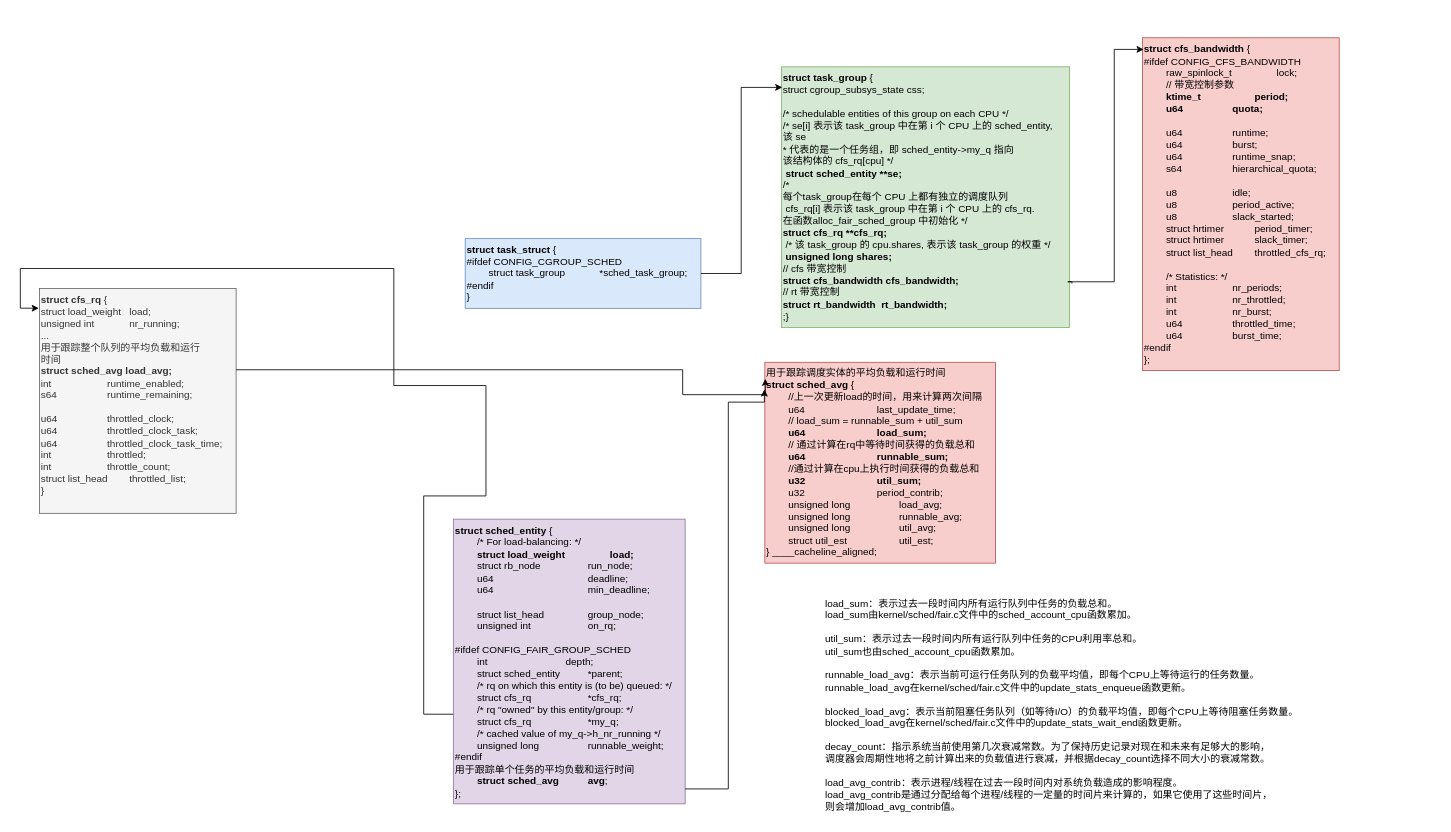
This is page "group" (5 of 5) of kernel.drawio from chentao-kernel/drawio, a draw.io file, before an edit. Source tidied: cells renumbered, new cells numbered last; positions are measured from the earlier drawing's top-left corner, leaving out a move shared by most shapes. Both pictures are drawn from the tidied source at 83%, with x=0, y=0 at pixel (20, 37).
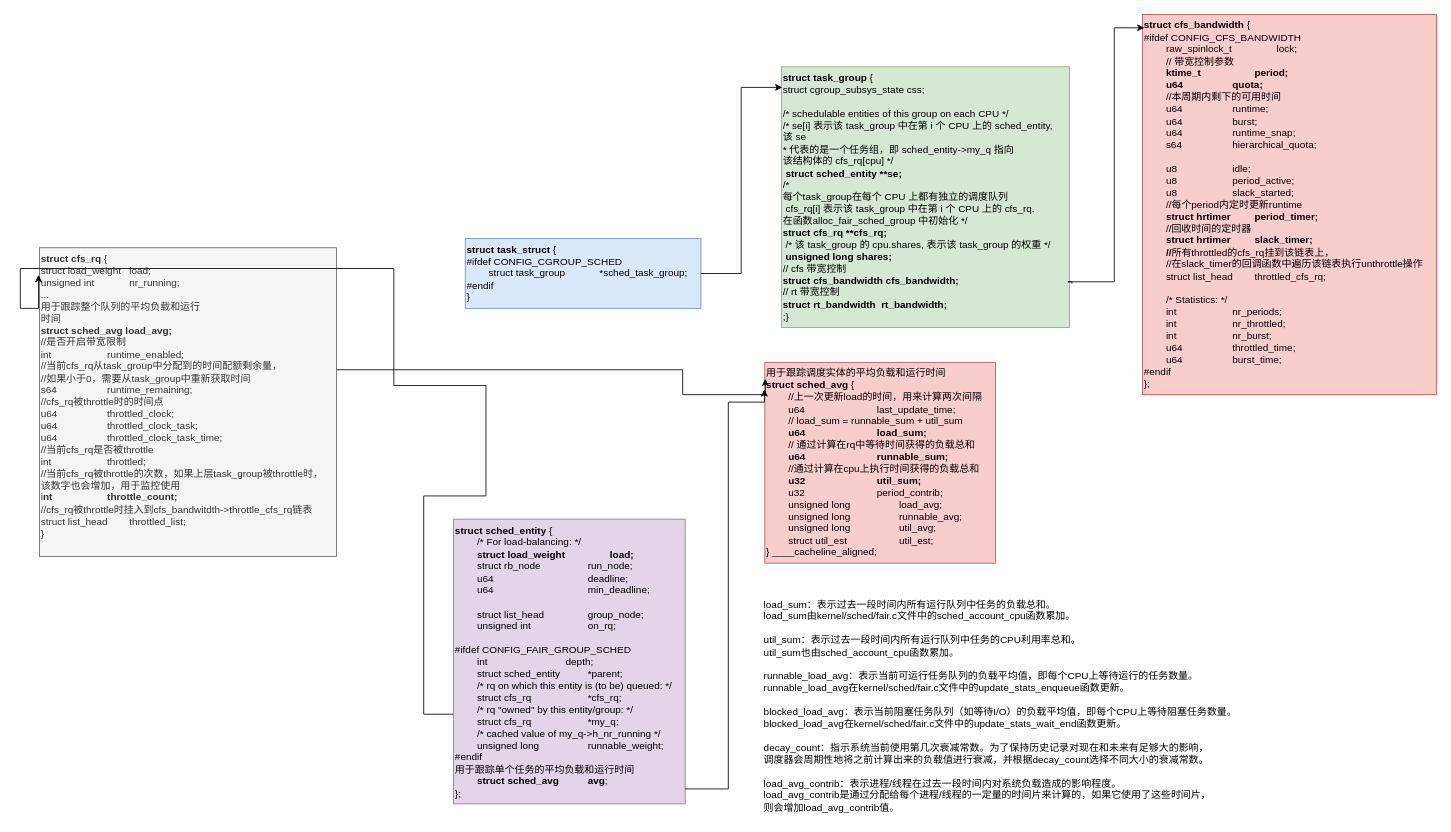
After the change.

Diff of the diagram source:
```diff
@@
-    <mxCell id="6" value="&lt;div&gt;&lt;b&gt;struct cfs_rq&lt;/b&gt; {&lt;/div&gt;&lt;div&gt;&lt;span style=&quot;white-space-collapse: collapse;&quot;&gt;struct load_weight&lt;span style=&quot;white-space-collapse: preserve;&quot;&gt;&#9;&lt;/span&gt;load;&lt;/span&gt;&lt;/div&gt;&lt;div&gt;&lt;span style=&quot;white-space-collapse: collapse;&quot;&gt;unsigned int&lt;span style=&quot;white-space-collapse: preserve;&quot;&gt;&#9;&#9;&lt;/span&gt;nr_running;&lt;/span&gt;&lt;/div&gt;&lt;div&gt;&lt;span style=&quot;white-space-collapse: collapse;&quot;&gt;...&lt;/span&gt;&lt;/div&gt;&lt;div&gt;&lt;span style=&quot;white-space-collapse: collapse;&quot;&gt;用于跟踪整个队列的平均负载和运行&lt;/span&gt;&lt;/div&gt;&lt;div&gt;&lt;span style=&quot;white-space-collapse: collapse;&quot;&gt;时间&lt;/span&gt;&lt;/div&gt;&lt;div&gt;&lt;span style=&quot;white-space-collapse: collapse;&quot;&gt;&lt;b&gt;struct sched_avg load_avg;&lt;/b&gt;&lt;/span&gt;&lt;/div&gt;&lt;div&gt;&lt;div style=&quot;&quot;&gt;&lt;span style=&quot;white-space-collapse: collapse;&quot;&gt;int&lt;span style=&quot;white-space-collapse: preserve;&quot;&gt;&#9;&#9;&#9;&lt;/span&gt;runtime_enabled;&lt;/span&gt;&lt;/div&gt;&lt;div style=&quot;&quot;&gt;&lt;span style=&quot;white-space-collapse: collapse;&quot;&gt;s64&lt;span style=&quot;white-space-collapse: preserve;&quot;&gt;&#9;&#9;&#9;&lt;/span&gt;runtime_remaining;&lt;/span&gt;&lt;/div&gt;&lt;div style=&quot;&quot;&gt;&lt;br&gt;&lt;/div&gt;&lt;div style=&quot;&quot;&gt;&lt;span style=&quot;white-space-collapse: collapse;&quot;&gt;u64&lt;span style=&quot;white-space-collapse: preserve;&quot;&gt;&#9;&#9;&#9;&lt;/span&gt;throttled_clock;&lt;/span&gt;&lt;/div&gt;&lt;div style=&quot;&quot;&gt;&lt;span style=&quot;white-space-collapse: collapse;&quot;&gt;u64&lt;span style=&quot;white-space-collapse: preserve;&quot;&gt;&#9;&#9;&#9;&lt;/span&gt;throttled_clock_task;&lt;/span&gt;&lt;/div&gt;&lt;div style=&quot;&quot;&gt;&lt;span style=&quot;white-space-collapse: collapse;&quot;&gt;u64&lt;span style=&quot;white-space-collapse: preserve;&quot;&gt;&#9;&#9;&#9;&lt;/span&gt;throttled_clock_task_time;&lt;/span&gt;&lt;/div&gt;&lt;div style=&quot;&quot;&gt;&lt;span style=&quot;white-space-collapse: collapse;&quot;&gt;int&lt;span style=&quot;white-space-collapse: preserve;&quot;&gt;&#9;&#9;&#9;&lt;/span&gt;throttled;&lt;/span&gt;&lt;/div&gt;&lt;div style=&quot;&quot;&gt;&lt;span style=&quot;white-space-collapse: collapse;&quot;&gt;int&lt;span style=&quot;white-space-collapse: preserve;&quot;&gt;&#9;&#9;&#9;&lt;/span&gt;throttle_count;&lt;/span&gt;&lt;/div&gt;&lt;div style=&quot;&quot;&gt;&lt;span style=&quot;white-space-collapse: collapse;&quot;&gt;struct list_head&lt;span style=&quot;white-space-collapse: preserve;&quot;&gt;&#9;&lt;/span&gt;throttled_list;&lt;/span&gt;&lt;/div&gt;&lt;/div&gt;&lt;div&gt;&lt;span style=&quot;white-space-collapse: collapse;&quot;&gt;}&lt;/span&gt;&lt;/div&gt;&lt;div&gt;&lt;span style=&quot;background-color: initial;&quot;&gt;&amp;nbsp;&lt;/span&gt;&lt;/div&gt;" style="text;html=1;align=left;verticalAlign=middle;points=[];strokeColor=#666666;fillColor=#f5f5f5;fontColor=#333333;" parent="1" vertex="1">
-      <mxGeometry x="23" y="302" width="237" height="271" as="geometry" />
+    <mxCell id="6" value="&lt;div&gt;&lt;b&gt;struct cfs_rq&lt;/b&gt; {&lt;/div&gt;&lt;div&gt;&lt;span style=&quot;white-space-collapse: collapse;&quot;&gt;struct load_weight&lt;span style=&quot;white-space-collapse: preserve;&quot;&gt;&#9;&lt;/span&gt;load;&lt;/span&gt;&lt;/div&gt;&lt;div&gt;&lt;span style=&quot;white-space-collapse: collapse;&quot;&gt;unsigned int&lt;span style=&quot;white-space-collapse: preserve;&quot;&gt;&#9;&#9;&lt;/span&gt;nr_running;&lt;/span&gt;&lt;/div&gt;&lt;div&gt;&lt;span style=&quot;white-space-collapse: collapse;&quot;&gt;...&lt;/span&gt;&lt;/div&gt;&lt;div&gt;&lt;span style=&quot;white-space-collapse: collapse;&quot;&gt;用于跟踪整个队列的平均负载和运行&lt;/span&gt;&lt;/div&gt;&lt;div&gt;&lt;span style=&quot;white-space-collapse: collapse;&quot;&gt;时间&lt;/span&gt;&lt;/div&gt;&lt;div&gt;&lt;span style=&quot;white-space-collapse: collapse;&quot;&gt;&lt;b&gt;struct sched_avg load_avg;&lt;/b&gt;&lt;/span&gt;&lt;/div&gt;&lt;div&gt;&lt;span style=&quot;white-space-collapse: collapse;&quot;&gt;//是否开启带宽限制&lt;/span&gt;&lt;/div&gt;&lt;div&gt;&lt;div style=&quot;&quot;&gt;&lt;span style=&quot;white-space-collapse: collapse;&quot;&gt;int&lt;span style=&quot;white-space-collapse: preserve;&quot;&gt;&#9;&#9;&#9;&lt;/span&gt;runtime_enabled;&lt;/span&gt;&lt;/div&gt;&lt;div style=&quot;&quot;&gt;&lt;span style=&quot;white-space-collapse: collapse;&quot;&gt;//当前cfs_rq从task_group中分配到的时间配额剩余量，&lt;/span&gt;&lt;/div&gt;&lt;div style=&quot;&quot;&gt;&lt;span style=&quot;white-space-collapse: collapse;&quot;&gt;//如果小于0，需要从task_group中重新获取时间&lt;/span&gt;&lt;/div&gt;&lt;div style=&quot;&quot;&gt;&lt;span style=&quot;white-space-collapse: collapse;&quot;&gt;s64&lt;span style=&quot;white-space-collapse: preserve;&quot;&gt;&#9;&#9;&#9;&lt;/span&gt;runtime_remaining;&lt;/span&gt;&lt;/div&gt;&lt;div style=&quot;&quot;&gt;//&lt;span style=&quot;background-color: initial;&quot;&gt;cfs_rq被throttle时的时间点&lt;/span&gt;&lt;/div&gt;&lt;div style=&quot;&quot;&gt;&lt;span style=&quot;white-space-collapse: collapse;&quot;&gt;u64&lt;span style=&quot;white-space-collapse: preserve;&quot;&gt;&#9;&#9;&#9;&lt;/span&gt;throttled_clock;&lt;/span&gt;&lt;/div&gt;&lt;div style=&quot;&quot;&gt;&lt;span style=&quot;white-space-collapse: collapse;&quot;&gt;u64&lt;span style=&quot;white-space-collapse: preserve;&quot;&gt;&#9;&#9;&#9;&lt;/span&gt;throttled_clock_task;&lt;/span&gt;&lt;/div&gt;&lt;div style=&quot;&quot;&gt;&lt;span style=&quot;white-space-collapse: collapse;&quot;&gt;u64&lt;span style=&quot;white-space-collapse: preserve;&quot;&gt;&#9;&#9;&#9;&lt;/span&gt;throttled_clock_task_time;&lt;/span&gt;&lt;/div&gt;&lt;div style=&quot;&quot;&gt;&lt;span style=&quot;white-space-collapse: collapse;&quot;&gt;//当前cfs_rq是否被throttle&lt;/span&gt;&lt;/div&gt;&lt;div style=&quot;&quot;&gt;&lt;span style=&quot;white-space-collapse: collapse;&quot;&gt;int&lt;span style=&quot;white-space-collapse: preserve;&quot;&gt;&#9;&#9;&#9;&lt;/span&gt;throttled;&lt;/span&gt;&lt;/div&gt;&lt;div style=&quot;&quot;&gt;&lt;span style=&quot;white-space-collapse: collapse;&quot;&gt;//当前cfs_rq被throttle的次数，&lt;/span&gt;&lt;span style=&quot;background-color: initial;&quot;&gt;如果上层task_group被throttle时，&lt;/span&gt;&lt;/div&gt;&lt;div style=&quot;&quot;&gt;&lt;span style=&quot;background-color: initial;&quot;&gt;该数字也会增加，用于监控使用&lt;/span&gt;&lt;/div&gt;&lt;div style=&quot;&quot;&gt;&lt;span style=&quot;white-space-collapse: collapse;&quot;&gt;i&lt;b&gt;nt&lt;span style=&quot;white-space-collapse: preserve;&quot;&gt;&#9;&#9;&#9;&lt;/span&gt;throttle_count;&lt;/b&gt;&lt;/span&gt;&lt;/div&gt;&lt;div style=&quot;&quot;&gt;&lt;span style=&quot;white-space-collapse: collapse;&quot;&gt;//cfs_rq被throttle时挂入到cfs_bandwitdth-&amp;gt;throttle_cfs_rq链表&lt;/span&gt;&lt;/div&gt;&lt;div style=&quot;&quot;&gt;&lt;span style=&quot;white-space-collapse: collapse;&quot;&gt;struct list_head&lt;span style=&quot;white-space-collapse: preserve;&quot;&gt;&#9;&lt;/span&gt;throttled_list;&lt;/span&gt;&lt;/div&gt;&lt;/div&gt;&lt;div&gt;&lt;span style=&quot;white-space-collapse: collapse;&quot;&gt;}&lt;/span&gt;&lt;/div&gt;&lt;div&gt;&lt;span style=&quot;background-color: initial;&quot;&gt;&amp;nbsp;&lt;/span&gt;&lt;/div&gt;" style="text;html=1;align=left;verticalAlign=middle;points=[];strokeColor=#666666;fillColor=#f5f5f5;fontColor=#333333;" parent="1" vertex="1">
+      <mxGeometry x="23" y="253" width="358" height="372" as="geometry" />
     </mxCell>
@@
-    <mxCell id="11" value="&lt;div&gt;&lt;b&gt;struct cfs_bandwidth&lt;/b&gt; {&lt;/div&gt;&lt;div&gt;#ifdef CONFIG_CFS_BANDWIDTH&lt;/div&gt;&lt;div&gt;&lt;span style=&quot;white-space-collapse: collapse;&quot;&gt;&lt;span style=&quot;white-space-collapse: preserve;&quot;&gt;&#9;&lt;/span&gt;raw_spinlock_t&lt;span style=&quot;white-space-collapse: preserve;&quot;&gt;&#9;&#9;&lt;/span&gt;lock;&lt;/span&gt;&lt;/div&gt;&lt;div&gt;&lt;span style=&quot;white-space-collapse: collapse;&quot;&gt;&lt;span style=&quot;white-space: pre;&quot;&gt;&#9;&lt;/span&gt;// 带宽控制参数&lt;br&gt;&lt;/span&gt;&lt;/div&gt;&lt;div&gt;&lt;span style=&quot;white-space-collapse: collapse;&quot;&gt;&lt;b&gt;&lt;span style=&quot;white-space-collapse: preserve;&quot;&gt;&#9;&lt;/span&gt;ktime_t&lt;span style=&quot;white-space-collapse: preserve;&quot;&gt;&#9;&#9;&#9;&lt;/span&gt;period;&lt;/b&gt;&lt;/span&gt;&lt;/div&gt;&lt;div&gt;&lt;span style=&quot;white-space-collapse: collapse;&quot;&gt;&lt;b&gt;&lt;span style=&quot;white-space-collapse: preserve;&quot;&gt;&#9;&lt;/span&gt;u64&lt;span style=&quot;white-space-collapse: preserve;&quot;&gt;&#9;&#9;&#9;&lt;/span&gt;quota;&lt;/b&gt;&lt;/span&gt;&lt;/div&gt;&lt;div&gt;&lt;span style=&quot;white-space-collapse: collapse;&quot;&gt;&lt;br&gt;&lt;/span&gt;&lt;/div&gt;&lt;div&gt;&lt;span style=&quot;white-space-collapse: collapse;&quot;&gt;&lt;span style=&quot;white-space-collapse: preserve;&quot;&gt;&#9;&lt;/span&gt;u64&lt;span style=&quot;white-space-collapse: preserve;&quot;&gt;&#9;&#9;&#9;&lt;/span&gt;runtime;&lt;/span&gt;&lt;/div&gt;&lt;div&gt;&lt;span style=&quot;white-space-collapse: collapse;&quot;&gt;&lt;span style=&quot;white-space-collapse: preserve;&quot;&gt;&#9;&lt;/span&gt;u64&lt;span style=&quot;white-space-collapse: preserve;&quot;&gt;&#9;&#9;&#9;&lt;/span&gt;burst;&lt;/span&gt;&lt;/div&gt;&lt;div&gt;&lt;span style=&quot;white-space-collapse: collapse;&quot;&gt;&lt;span style=&quot;white-space-collapse: preserve;&quot;&gt;&#9;&lt;/span&gt;u64&lt;span style=&quot;white-space-collapse: preserve;&quot;&gt;&#9;&#9;&#9;&lt;/span&gt;runtime_snap;&lt;/span&gt;&lt;/div&gt;&lt;div&gt;&lt;span style=&quot;white-space-collapse: collapse;&quot;&gt;&lt;span style=&quot;white-space-collapse: preserve;&quot;&gt;&#9;&lt;/span&gt;s64&lt;span style=&quot;white-space-collapse: preserve;&quot;&gt;&#9;&#9;&#9;&lt;/span&gt;hierarchical_quota;&lt;/span&gt;&lt;/div&gt;&lt;div&gt;&lt;br&gt;&lt;/div&gt;&lt;div&gt;&lt;span style=&quot;white-space-collapse: collapse;&quot;&gt;&lt;span style=&quot;white-space-collapse: preserve;&quot;&gt;&#9;&lt;/span&gt;u8&lt;span style=&quot;white-space-collapse: preserve;&quot;&gt;&#9;&#9;&#9;&lt;/span&gt;idle;&lt;/span&gt;&lt;/div&gt;&lt;div&gt;&lt;span style=&quot;white-space-collapse: collapse;&quot;&gt;&lt;span style=&quot;white-space-collapse: preserve;&quot;&gt;&#9;&lt;/span&gt;u8&lt;span style=&quot;white-space-collapse: preserve;&quot;&gt;&#9;&#9;&#9;&lt;/span&gt;period_active;&lt;/span&gt;&lt;/div&gt;&lt;div&gt;&lt;span style=&quot;white-space-collapse: collapse;&quot;&gt;&lt;span style=&quot;white-space-collapse: preserve;&quot;&gt;&#9;&lt;/span&gt;u8&lt;span style=&quot;white-space-collapse: preserve;&quot;&gt;&#9;&#9;&#9;&lt;/span&gt;slack_started;&lt;/span&gt;&lt;/div&gt;&lt;div&gt;&lt;span style=&quot;white-space-collapse: collapse;&quot;&gt;&lt;span style=&quot;white-space-collapse: preserve;&quot;&gt;&#9;&lt;/span&gt;struct hrtimer&lt;span style=&quot;white-space-collapse: preserve;&quot;&gt;&#9;&#9;&lt;/span&gt;period_timer;&lt;/span&gt;&lt;/div&gt;&lt;div&gt;&lt;span style=&quot;white-space-collapse: collapse;&quot;&gt;&lt;span style=&quot;white-space-collapse: preserve;&quot;&gt;&#9;&lt;/span&gt;struct hrtimer&lt;span style=&quot;white-space-collapse: preserve;&quot;&gt;&#9;&#9;&lt;/span&gt;slack_timer;&lt;/span&gt;&lt;/div&gt;&lt;div&gt;&lt;span style=&quot;white-space-collapse: collapse;&quot;&gt;&lt;span style=&quot;white-space-collapse: preserve;&quot;&gt;&#9;&lt;/span&gt;struct list_head&lt;span style=&quot;white-space-collapse: preserve;&quot;&gt;&#9;&lt;/span&gt;throttled_cfs_rq;&lt;/span&gt;&lt;/div&gt;&lt;div&gt;&lt;br&gt;&lt;/div&gt;&lt;div&gt;&lt;span style=&quot;white-space-collapse: collapse;&quot;&gt;&lt;span style=&quot;white-space-collapse: preserve;&quot;&gt;&#9;&lt;/span&gt;/* Statistics: */&lt;/span&gt;&lt;/div&gt;&lt;div&gt;&lt;span style=&quot;white-space-collapse: collapse;&quot;&gt;&lt;span style=&quot;white-space-collapse: preserve;&quot;&gt;&#9;&lt;/span&gt;int&lt;span style=&quot;white-space-collapse: preserve;&quot;&gt;&#9;&#9;&#9;&lt;/span&gt;nr_periods;&lt;/span&gt;&lt;/div&gt;&lt;div&gt;&lt;span style=&quot;white-space-collapse: collapse;&quot;&gt;&lt;span style=&quot;white-space-collapse: preserve;&quot;&gt;&#9;&lt;/span&gt;int&lt;span style=&quot;white-space-collapse: preserve;&quot;&gt;&#9;&#9;&#9;&lt;/span&gt;nr_throttled;&lt;/span&gt;&lt;/div&gt;&lt;div&gt;&lt;span style=&quot;white-space-collapse: collapse;&quot;&gt;&lt;span style=&quot;white-space-collapse: preserve;&quot;&gt;&#9;&lt;/span&gt;int&lt;span style=&quot;white-space-collapse: preserve;&quot;&gt;&#9;&#9;&#9;&lt;/span&gt;nr_burst;&lt;/span&gt;&lt;/div&gt;&lt;div&gt;&lt;span style=&quot;white-space-collapse: collapse;&quot;&gt;&lt;span style=&quot;white-space-collapse: preserve;&quot;&gt;&#9;&lt;/span&gt;u64&lt;span style=&quot;white-space-collapse: preserve;&quot;&gt;&#9;&#9;&#9;&lt;/span&gt;throttled_time;&lt;/span&gt;&lt;/div&gt;&lt;div&gt;&lt;span style=&quot;white-space-collapse: collapse;&quot;&gt;&lt;span style=&quot;white-space-collapse: preserve;&quot;&gt;&#9;&lt;/span&gt;u64&lt;span style=&quot;white-space-collapse: preserve;&quot;&gt;&#9;&#9;&#9;&lt;/span&gt;burst_time;&lt;/span&gt;&lt;/div&gt;&lt;div&gt;#endif&lt;/div&gt;&lt;div&gt;};&lt;/div&gt;" style="text;html=1;align=left;verticalAlign=middle;points=[];strokeColor=#b85450;fillColor=#f8cecc;" parent="1" vertex="1">
-      <mxGeometry x="1352" width="237" height="401" as="geometry" />
+    <mxCell id="11" value="&lt;div&gt;&lt;b&gt;struct cfs_bandwidth&lt;/b&gt; {&lt;/div&gt;&lt;div&gt;#ifdef CONFIG_CFS_BANDWIDTH&lt;/div&gt;&lt;div&gt;&lt;span style=&quot;white-space-collapse: collapse;&quot;&gt;&lt;span style=&quot;white-space-collapse: preserve;&quot;&gt;&#9;&lt;/span&gt;raw_spinlock_t&lt;span style=&quot;white-space-collapse: preserve;&quot;&gt;&#9;&#9;&lt;/span&gt;lock;&lt;/span&gt;&lt;/div&gt;&lt;div&gt;&lt;span style=&quot;white-space-collapse: collapse;&quot;&gt;&lt;span style=&quot;white-space: pre;&quot;&gt;&#9;&lt;/span&gt;// 带宽控制参数&lt;br&gt;&lt;/span&gt;&lt;/div&gt;&lt;div&gt;&lt;span style=&quot;white-space-collapse: collapse;&quot;&gt;&lt;b&gt;&lt;span style=&quot;white-space-collapse: preserve;&quot;&gt;&#9;&lt;/span&gt;ktime_t&lt;span style=&quot;white-space-collapse: preserve;&quot;&gt;&#9;&#9;&#9;&lt;/span&gt;period;&lt;/b&gt;&lt;/span&gt;&lt;/div&gt;&lt;div&gt;&lt;span style=&quot;white-space-collapse: collapse;&quot;&gt;&lt;b&gt;&lt;span style=&quot;white-space-collapse: preserve;&quot;&gt;&#9;&lt;/span&gt;u64&lt;span style=&quot;white-space-collapse: preserve;&quot;&gt;&#9;&#9;&#9;&lt;/span&gt;quota;&lt;/b&gt;&lt;/span&gt;&lt;/div&gt;&lt;div&gt;&lt;span style=&quot;white-space-collapse: collapse;&quot;&gt;&lt;span style=&quot;white-space: pre;&quot;&gt;&#9;&lt;/span&gt;//本周期内剩下的可用时间&lt;br&gt;&lt;/span&gt;&lt;/div&gt;&lt;div&gt;&lt;span style=&quot;white-space-collapse: collapse;&quot;&gt;&lt;span style=&quot;white-space-collapse: preserve;&quot;&gt;&#9;&lt;/span&gt;u64&lt;span style=&quot;white-space-collapse: preserve;&quot;&gt;&#9;&#9;&#9;&lt;/span&gt;runtime;&lt;/span&gt;&lt;/div&gt;&lt;div&gt;&lt;span style=&quot;white-space-collapse: collapse;&quot;&gt;&lt;span style=&quot;white-space-collapse: preserve;&quot;&gt;&#9;&lt;/span&gt;u64&lt;span style=&quot;white-space-collapse: preserve;&quot;&gt;&#9;&#9;&#9;&lt;/span&gt;burst;&lt;/span&gt;&lt;/div&gt;&lt;div&gt;&lt;span style=&quot;white-space-collapse: collapse;&quot;&gt;&lt;span style=&quot;white-space-collapse: preserve;&quot;&gt;&#9;&lt;/span&gt;u64&lt;span style=&quot;white-space-collapse: preserve;&quot;&gt;&#9;&#9;&#9;&lt;/span&gt;runtime_snap;&lt;/span&gt;&lt;/div&gt;&lt;div&gt;&lt;span style=&quot;white-space-collapse: collapse;&quot;&gt;&lt;span style=&quot;white-space-collapse: preserve;&quot;&gt;&#9;&lt;/span&gt;s64&lt;span style=&quot;white-space-collapse: preserve;&quot;&gt;&#9;&#9;&#9;&lt;/span&gt;hierarchical_quota;&lt;/span&gt;&lt;/div&gt;&lt;div&gt;&lt;br&gt;&lt;/div&gt;&lt;div&gt;&lt;span style=&quot;white-space-collapse: collapse;&quot;&gt;&lt;span style=&quot;white-space-collapse: preserve;&quot;&gt;&#9;&lt;/span&gt;u8&lt;span style=&quot;white-space-collapse: preserve;&quot;&gt;&#9;&#9;&#9;&lt;/span&gt;idle;&lt;/span&gt;&lt;/div&gt;&lt;div&gt;&lt;span style=&quot;white-space-collapse: collapse;&quot;&gt;&lt;span style=&quot;white-space-collapse: preserve;&quot;&gt;&#9;&lt;/span&gt;u8&lt;span style=&quot;white-space-collapse: preserve;&quot;&gt;&#9;&#9;&#9;&lt;/span&gt;period_active;&lt;/span&gt;&lt;/div&gt;&lt;div&gt;&lt;span style=&quot;white-space-collapse: collapse;&quot;&gt;&lt;span style=&quot;white-space-collapse: preserve;&quot;&gt;&#9;&lt;/span&gt;u8&lt;span style=&quot;white-space-collapse: preserve;&quot;&gt;&#9;&#9;&#9;&lt;/span&gt;slack_started;&lt;/span&gt;&lt;/div&gt;&lt;div&gt;&lt;span style=&quot;white-space-collapse: collapse;&quot;&gt;&lt;span style=&quot;white-space: pre;&quot;&gt;&#9;&lt;/span&gt;//&lt;/span&gt;&lt;span style=&quot;background-color: initial;&quot;&gt;每个period内定时更新runtime&lt;/span&gt;&lt;span style=&quot;white-space-collapse: collapse;&quot;&gt;&lt;br&gt;&lt;/span&gt;&lt;/div&gt;&lt;div&gt;&lt;span style=&quot;white-space-collapse: collapse;&quot;&gt;&lt;b&gt;&lt;span style=&quot;white-space-collapse: preserve;&quot;&gt;&#9;&lt;/span&gt;struct hrtimer&lt;span style=&quot;white-space-collapse: preserve;&quot;&gt;&#9;&#9;&lt;/span&gt;period_timer;&lt;/b&gt;&lt;/span&gt;&lt;/div&gt;&lt;div&gt;&lt;span style=&quot;white-space-collapse: collapse;&quot;&gt;&lt;span style=&quot;font-weight: bold; white-space: pre;&quot;&gt;&#9;&lt;/span&gt;//回收时间的定时器&lt;br&gt;&lt;/span&gt;&lt;/div&gt;&lt;div&gt;&lt;span style=&quot;white-space-collapse: collapse;&quot;&gt;&lt;b&gt;&lt;span style=&quot;white-space-collapse: preserve;&quot;&gt;&#9;&lt;/span&gt;struct hrtimer&lt;span style=&quot;white-space-collapse: preserve;&quot;&gt;&#9;&#9;&lt;/span&gt;slack_timer;&lt;/b&gt;&lt;/span&gt;&lt;/div&gt;&lt;div&gt;&lt;span style=&quot;white-space-collapse: collapse;&quot;&gt;&lt;b&gt;&lt;span style=&quot;white-space: pre;&quot;&gt;&#9;&lt;/span&gt;//&lt;/b&gt;&lt;/span&gt;&lt;span style=&quot;background-color: initial;&quot;&gt;所有throttled的cfs_rq挂到该链表上，&lt;/span&gt;&lt;/div&gt;&lt;div&gt;&lt;span style=&quot;background-color: initial;&quot;&gt;&lt;span style=&quot;white-space: pre;&quot;&gt;&#9;&lt;/span&gt;//在slack_timer的回调函数中遍历该链表执行unthrottle操作&lt;/span&gt;&lt;span style=&quot;white-space-collapse: collapse;&quot;&gt;&lt;b&gt;&lt;br&gt;&lt;/b&gt;&lt;/span&gt;&lt;/div&gt;&lt;div&gt;&lt;span style=&quot;white-space-collapse: collapse;&quot;&gt;&lt;span style=&quot;white-space-collapse: preserve;&quot;&gt;&#9;&lt;/span&gt;struct list_head&lt;span style=&quot;white-space-collapse: preserve;&quot;&gt;&#9;&lt;/span&gt;throttled_cfs_rq;&lt;/span&gt;&lt;/div&gt;&lt;div&gt;&lt;br&gt;&lt;/div&gt;&lt;div&gt;&lt;span style=&quot;white-space-collapse: collapse;&quot;&gt;&lt;span style=&quot;white-space-collapse: preserve;&quot;&gt;&#9;&lt;/span&gt;/* Statistics: */&lt;/span&gt;&lt;/div&gt;&lt;div&gt;&lt;span style=&quot;white-space-collapse: collapse;&quot;&gt;&lt;span style=&quot;white-space-collapse: preserve;&quot;&gt;&#9;&lt;/span&gt;int&lt;span style=&quot;white-space-collapse: preserve;&quot;&gt;&#9;&#9;&#9;&lt;/span&gt;nr_periods;&lt;/span&gt;&lt;/div&gt;&lt;div&gt;&lt;span style=&quot;white-space-collapse: collapse;&quot;&gt;&lt;span style=&quot;white-space-collapse: preserve;&quot;&gt;&#9;&lt;/span&gt;int&lt;span style=&quot;white-space-collapse: preserve;&quot;&gt;&#9;&#9;&#9;&lt;/span&gt;nr_throttled;&lt;/span&gt;&lt;/div&gt;&lt;div&gt;&lt;span style=&quot;white-space-collapse: collapse;&quot;&gt;&lt;span style=&quot;white-space-collapse: preserve;&quot;&gt;&#9;&lt;/span&gt;int&lt;span style=&quot;white-space-collapse: preserve;&quot;&gt;&#9;&#9;&#9;&lt;/span&gt;nr_burst;&lt;/span&gt;&lt;/div&gt;&lt;div&gt;&lt;span style=&quot;white-space-collapse: collapse;&quot;&gt;&lt;span style=&quot;white-space-collapse: preserve;&quot;&gt;&#9;&lt;/span&gt;u64&lt;span style=&quot;white-space-collapse: preserve;&quot;&gt;&#9;&#9;&#9;&lt;/span&gt;throttled_time;&lt;/span&gt;&lt;/div&gt;&lt;div&gt;&lt;span style=&quot;white-space-collapse: collapse;&quot;&gt;&lt;span style=&quot;white-space-collapse: preserve;&quot;&gt;&#9;&lt;/span&gt;u64&lt;span style=&quot;white-space-collapse: preserve;&quot;&gt;&#9;&#9;&#9;&lt;/span&gt;burst_time;&lt;/span&gt;&lt;/div&gt;&lt;div&gt;#endif&lt;/div&gt;&lt;div&gt;};&lt;/div&gt;" style="text;html=1;align=left;verticalAlign=middle;points=[];strokeColor=#b85450;fillColor=#f8cecc;" parent="1" vertex="1">
+      <mxGeometry x="1352" y="-28" width="354" height="458" as="geometry" />
     </mxCell>
@@
     <mxCell id="13" value="load_sum：表示过去一段时间内所有运行队列中任务的负载总和。&lt;div&gt;load_sum由kernel/sched/fair.c文件中的sched_account_cpu函数累加。&lt;br&gt;&lt;br&gt;util_sum：表示过去一段时间内所有运行队列中任务的CPU利用率总和。&lt;/div&gt;&lt;div&gt;util_sum也由sched_account_cpu函数累加。&lt;br&gt;&lt;br&gt;runnable_load_avg：表示当前可运行任务队列的负载平均值，即每个CPU上等待运行的任务数量。&lt;div&gt;runnable_load_avg在kernel/sched/fair.c文件中的update_stats_enqueue函数更新。&lt;br&gt;&lt;br&gt;blocked_load_avg：表示当前阻塞任务队列（如等待I/O）的负载平均值，即每个CPU上等待阻塞任务数量。&lt;/div&gt;&lt;div&gt;blocked_load_avg在kernel/sched/fair.c文件中的update_stats_wait_end函数更新。&lt;br&gt;&lt;br&gt;decay_count：指示系统当前使用第几次衰减常数。为了保持历史记录对现在和未来有足够大的影响，&lt;/div&gt;&lt;div&gt;调度器会周期性地将之前计算出来的负载值进行衰减，并根据decay_count选择不同大小的衰减常数。&lt;br&gt;&lt;br&gt;load_avg_contrib：表示进程/线程在过去一段时间内对系统负载造成的影响程度。&lt;/div&gt;&lt;div&gt;load_avg_contrib是通过分配给每个进程/线程的一定量的时间片来计算的，如果它使用了这些时间片，&lt;/div&gt;&lt;div&gt;则会增加load_avg_contrib值。&lt;/div&gt;&lt;/div&gt;" style="text;html=1;align=left;verticalAlign=middle;strokeColor=none;fillColor=none;" parent="1" vertex="1">
-      <mxGeometry x="968" y="668" width="588" height="271" as="geometry" />
+      <mxGeometry x="894" y="669" width="588" height="271" as="geometry" />
     </mxCell>
```
